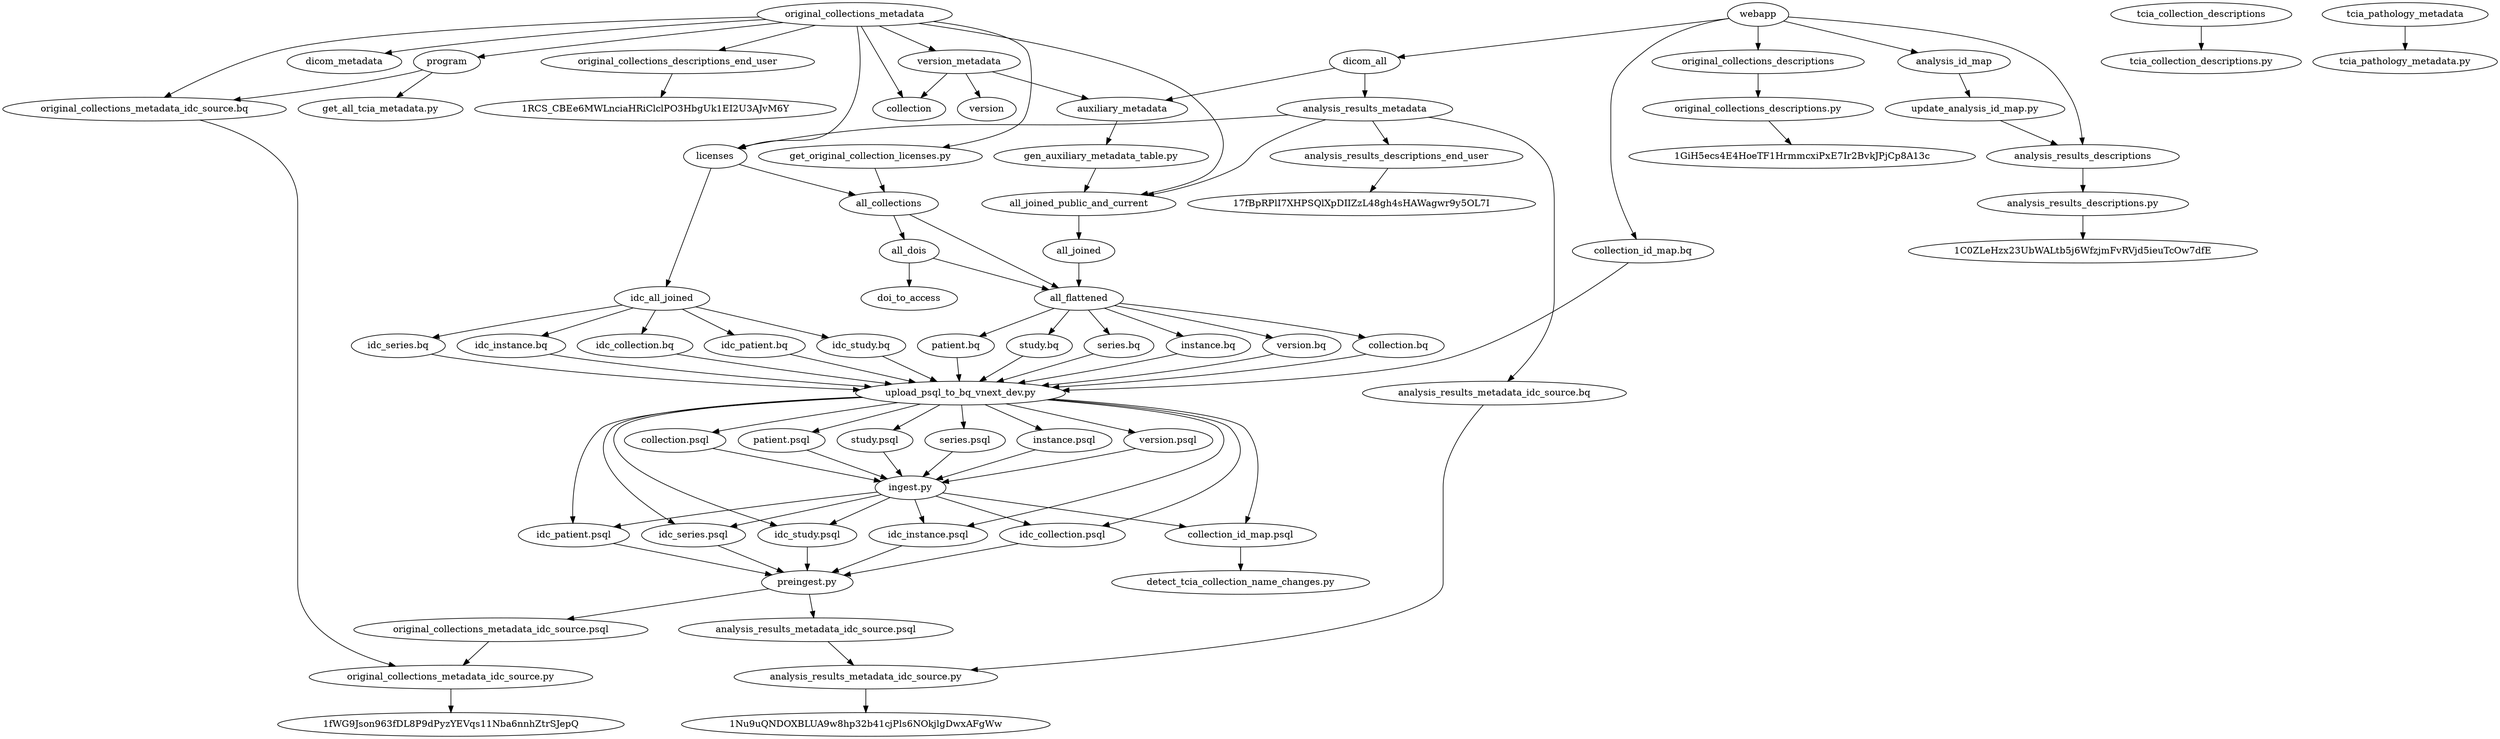
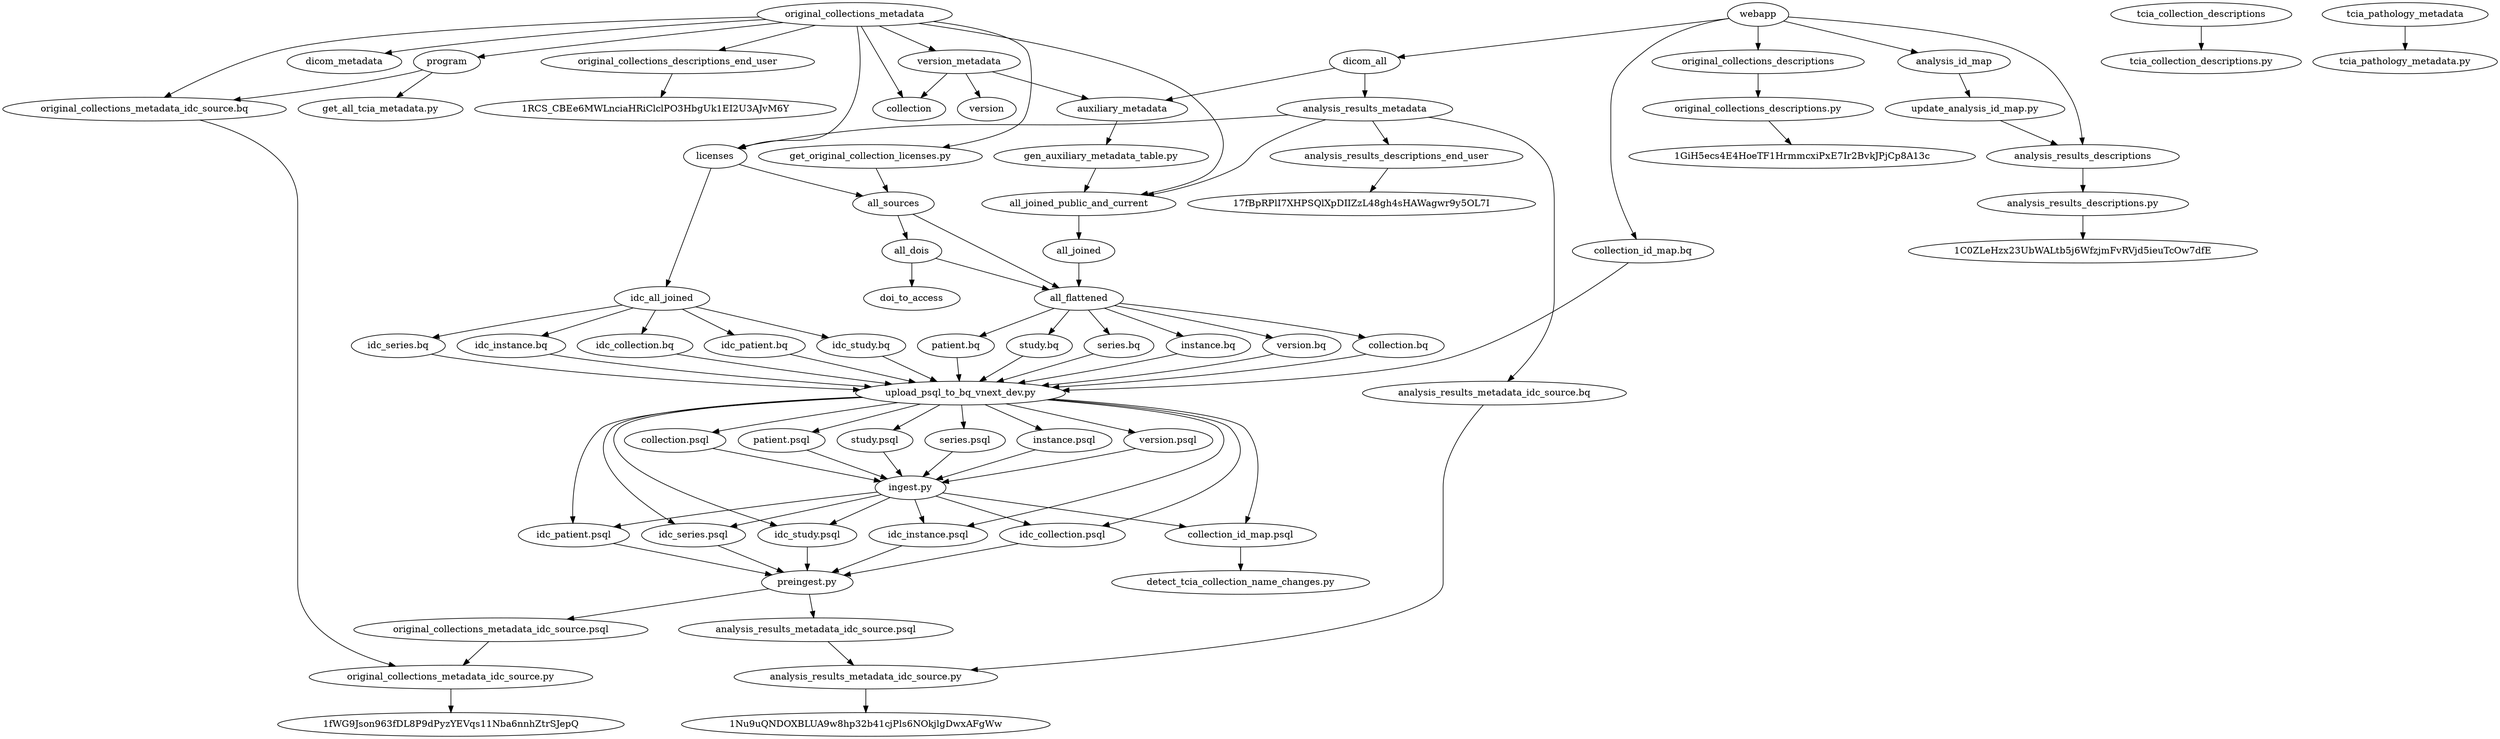
digraph etl {
    "dicom_all" -> {"analysis_results_metadata", "auxiliary_metadata"}
    "original_collections_descriptions_end_user" -> "1RCS_CBEe6MWLnciaHRiClclPO3HbgUk1EI2U3AJvM6Y"
    "original_collections_metadata_idc_source.bq" -> "original_collections_metadata_idc_source.py"
    "original_collections_metadata_idc_source.psql" -> "original_collections_metadata_idc_source.py"
    "original_collections_metadata_idc_source.py" -> "1fWG9Json963fDL8P9dPyzYEVqs11Nba6nnhZtrSJepQ"
    "program" -> {"original_collections_metadata_idc_source.bq", "get_all_tcia_metadata.py"}
    "version_metadata" -> {"version", "auxiliary_metadata", "collection", "version"}
-     "licenses"-> {"all_collections", "idc_all_joined"}
+     "licenses"-> {"all_sources", "idc_all_joined"}
    "original_collections_metadata" -> {"original_collections_metadata_idc_source.bq" , "program", "all_joined_public_and_current", "dicom_metadata", "original_collections_descriptions_end_user",
        "licenses", "version_metadata", "collection", "get_original_collection_licenses.py"}
-     "get_original_collection_licenses.py" -> "all_collections"
+     "get_original_collection_licenses.py" -> "all_sources"
    "auxiliary_metadata" -> "gen_auxiliary_metadata_table.py" -> "all_joined_public_and_current"
    "analysis_results_metadata" -> {"licenses", "all_joined_public_and_current", "analysis_results_descriptions_end_user", "analysis_results_metadata_idc_source.bq"}
    "analysis_results_metadata_idc_source.bq" -> "analysis_results_metadata_idc_source.py"
    "analysis_results_metadata_idc_source.psql" -> "analysis_results_metadata_idc_source.py"
    "analysis_results_metadata_idc_source.py" -> "1Nu9uQNDOXBLUA9w8hp32b41cjPls6NOkjlgDwxAFgWw"
    "analysis_results_descriptions_end_user" -> "17fBpRPlI7XHPSQlXpDIIZzL48gh4sHAWagwr9y5OL7I"
    "analysis_id_map" -> "update_analysis_id_map.py"
    "webapp" -> {"analysis_id_map", "original_collections_descriptions", "dicom_all", "collection_id_map.bq", "analysis_results_descriptions"}
    "idc_all_joined" -> {"idc_collection.bq", "idc_patient.bq", "idc_study.bq", "idc_series.bq", "idc_instance.bq"} -> "upload_psql_to_bq_vnext_dev.py"
    "upload_psql_to_bq_vnext_dev.py" -> {"idc_collection.psql", "idc_patient.psql", "idc_study.psql", "idc_series.psql", "idc_instance.psql"} -> "preingest.py"
    "preingest.py" -> {"original_collections_metadata_idc_source.psql", "analysis_results_metadata_idc_source.psql"}
    "all_joined_public_and_current" -> "all_joined" -> "all_flattened"
-     "all_collections" -> {"all_flattened", "all_dois"}
+     "all_sources" -> {"all_flattened", "all_dois"}
    "all_dois" -> {"all_flattened", "doi_to_access"}
    "all_flattened" -> {"version.bq", "collection.bq", "patient.bq", "study.bq", "series.bq", "instance.bq"} -> "upload_psql_to_bq_vnext_dev.py"
    "upload_psql_to_bq_vnext_dev.py" -> {"version.psql", "collection.psql", "patient.psql", "study.psql", "series.psql", "instance.psql"} -> "ingest.py"
    "analysis_results_descriptions" -> "analysis_results_descriptions.py" -> "1C0ZLeHzx23UbWALtb5j6WfzjmFvRVjd5ieuTcOw7dfE"
    "ingest.py" -> {"collection_id_map.psql", "idc_collection.psql", "idc_patient.psql", "idc_study.psql", "idc_series.psql", "idc_instance.psql"}

    "update_analysis_id_map.py" -> "analysis_results_descriptions"
    "collection_id_map.bq" -> "upload_psql_to_bq_vnext_dev.py" -> "collection_id_map.psql" -> "detect_tcia_collection_name_changes.py"
    "tcia_collection_descriptions" -> "tcia_collection_descriptions.py"
    "tcia_pathology_metadata" -> "tcia_pathology_metadata.py"
    "original_collections_descriptions" -> "original_collections_descriptions.py" -> "1GiH5ecs4E4HoeTF1HrmmcxiPxE7Ir2BvkJPjCp8A13c"
}
